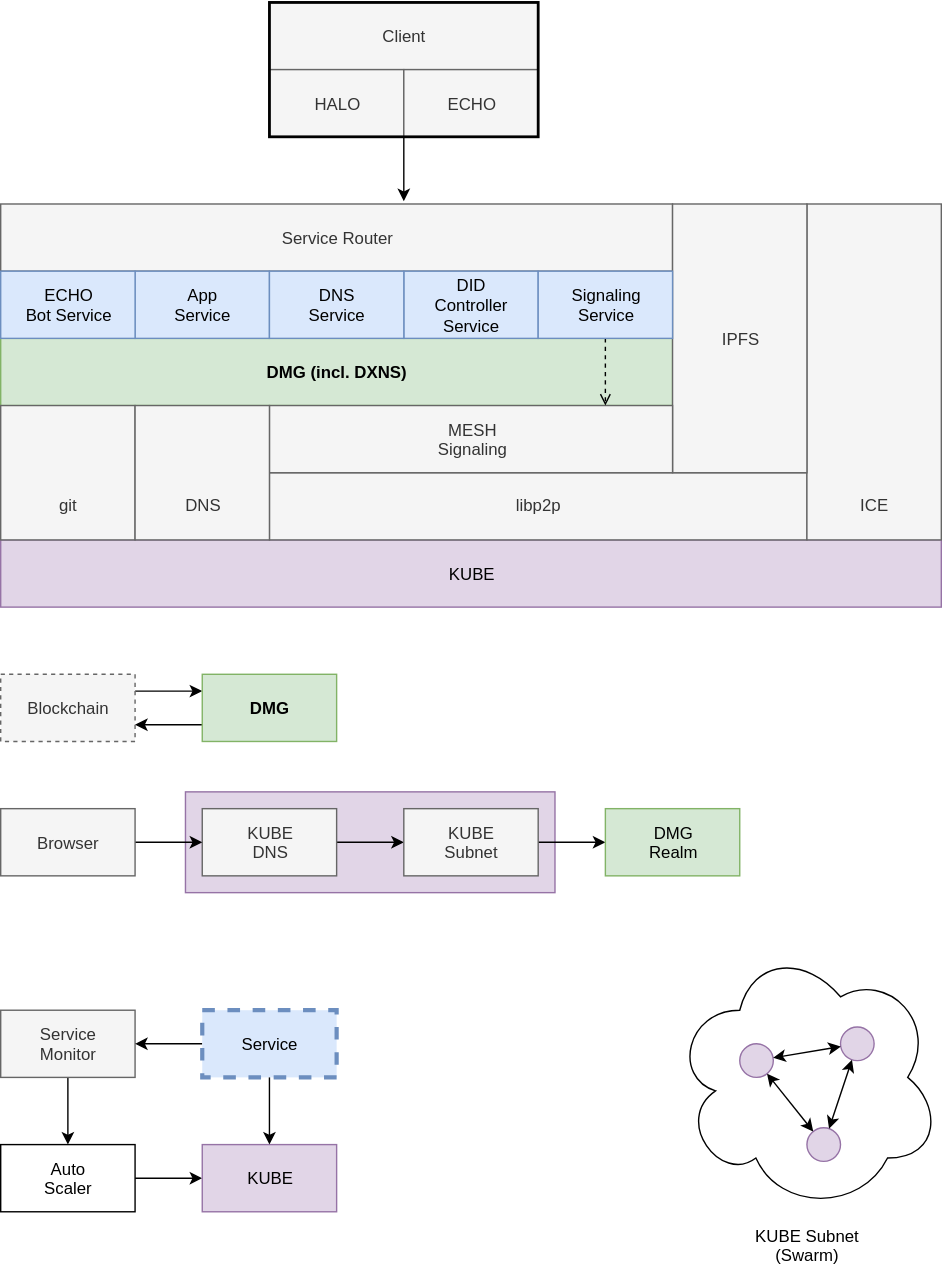
Earlier version of the draw.io export docs/design/diagrams/meta-graph.drawio.svg (dxos/dxos). Source tidied: cells renumbered, new cells last; positions are measured from the earlier drawing's top-left corner, leaving out a move shared by most shapes.
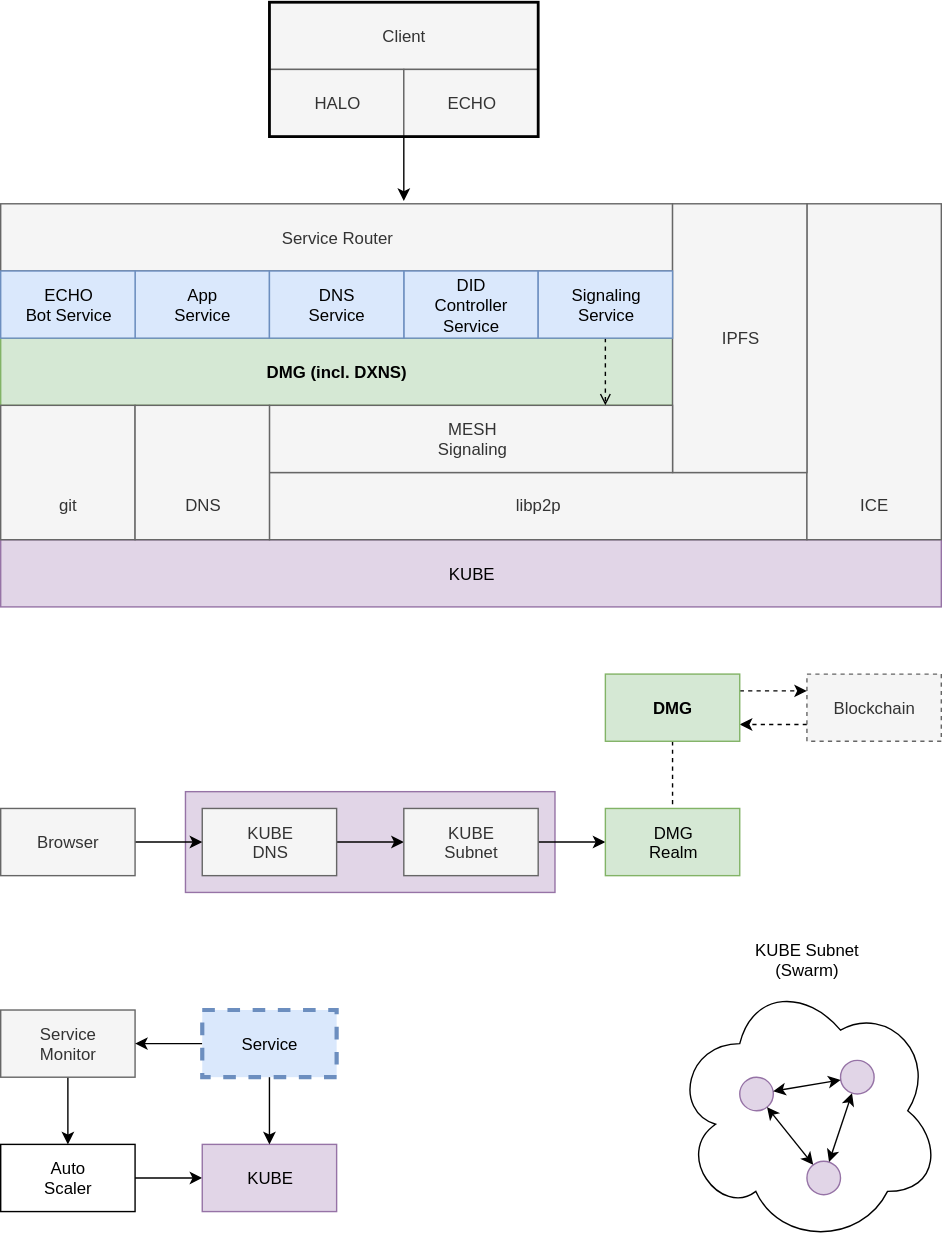
Later version of the same file.

The edit, as a diff of the source:
```diff
@@ -26,11 +26,11 @@
     <mxCell id="9" value="ECHO" style="rounded=0;whiteSpace=wrap;html=1;fillColor=#f5f5f5;strokeColor=#666666;fontColor=#333333;" parent="1" vertex="1">
       <mxGeometry x="288" y="48" width="96" height="48" as="geometry" />
     </mxCell>
-    <mxCell id="10" style="edgeStyle=orthogonalEdgeStyle;rounded=0;jettySize=auto;html=1;exitX=1;exitY=0.25;exitDx=0;exitDy=0;entryX=0;entryY=0.25;entryDx=0;entryDy=0;" parent="1" edge="1" source="11" target="28">
+    <mxCell id="10" style="edgeStyle=orthogonalEdgeStyle;rounded=0;jettySize=auto;html=1;exitX=0;exitY=0.75;exitDx=0;exitDy=0;entryX=1;entryY=0.75;entryDx=0;entryDy=0;dashed=1;startArrow=none;startFill=0;endArrow=classic;endFill=1;" parent="1" edge="1" source="11" target="28">
       <mxGeometry relative="1" as="geometry" />
     </mxCell>
     <mxCell id="11" value="Blockchain" style="rounded=0;whiteSpace=wrap;html=1;fillColor=#f5f5f5;strokeColor=#666666;fontColor=#333333;dashed=1;" parent="1" vertex="1">
-      <mxGeometry y="480" width="96" height="48" as="geometry" />
+      <mxGeometry x="576" y="480" width="96" height="48" as="geometry" />
     </mxCell>
     <mxCell id="12" value="Service Router" style="rounded=0;whiteSpace=wrap;html=1;fillColor=#f5f5f5;strokeColor=#666666;fontColor=#333333;" parent="1" vertex="1">
       <mxGeometry y="144" width="480" height="48" as="geometry" />
@@ -79,14 +79,17 @@
     <mxCell id="26" value="Service" style="rounded=0;whiteSpace=wrap;html=1;fillColor=#dae8fc;strokeColor=#6c8ebf;strokeWidth=3;dashed=1;" parent="1" vertex="1">
       <mxGeometry x="144" y="720" width="96" height="48" as="geometry" />
     </mxCell>
+    <mxCell id="51" style="edgeStyle=orthogonalEdgeStyle;rounded=0;jettySize=auto;html=1;exitX=0.5;exitY=1;exitDx=0;exitDy=0;entryX=0.5;entryY=0;entryDx=0;entryDy=0;dashed=1;startArrow=none;startFill=0;endArrow=ERmany;endFill=0;" parent="1" edge="1" source="28" target="36">
+      <mxGeometry relative="1" as="geometry" />
+    </mxCell>
-    <mxCell id="27" style="edgeStyle=orthogonalEdgeStyle;rounded=0;jettySize=auto;html=1;exitX=0;exitY=0.75;exitDx=0;exitDy=0;entryX=1;entryY=0.75;entryDx=0;entryDy=0;" parent="1" edge="1" source="28" target="11">
+    <mxCell id="27" style="edgeStyle=orthogonalEdgeStyle;rounded=0;jettySize=auto;html=1;exitX=1;exitY=0.25;exitDx=0;exitDy=0;entryX=0;entryY=0.25;entryDx=0;entryDy=0;dashed=1;startArrow=none;startFill=0;endArrow=classic;endFill=1;" parent="1" edge="1" source="28" target="11">
       <mxGeometry relative="1" as="geometry" />
     </mxCell>
     <mxCell id="28" value="DMG" style="rounded=0;whiteSpace=wrap;html=1;fontStyle=1;fillColor=#d5e8d4;strokeColor=#82b366;" parent="1" vertex="1">
-      <mxGeometry x="144" y="480" width="96" height="48" as="geometry" />
+      <mxGeometry x="432" y="480" width="96" height="48" as="geometry" />
     </mxCell>
     <mxCell id="29" value="KUBE Subnet&lt;br&gt;(Swarm)" style="rounded=0;whiteSpace=wrap;html=1;dashed=1;strokeColor=none;fillColor=none;" parent="1" vertex="1">
-      <mxGeometry x="504" y="864" width="144" height="48" as="geometry" />
+      <mxGeometry x="504" y="660" width="144" height="48" as="geometry" />
     </mxCell>
     <mxCell id="30" style="edgeStyle=orthogonalEdgeStyle;rounded=0;jettySize=auto;html=1;exitX=1;exitY=0.5;exitDx=0;exitDy=0;entryX=0;entryY=0.5;entryDx=0;entryDy=0;startArrow=none;startFill=0;" parent="1" edge="1" source="31" target="35">
       <mxGeometry relative="1" as="geometry" />
@@ -119,10 +122,10 @@
       <mxGeometry x="96" y="288" width="96" height="96" as="geometry" />
     </mxCell>
     <mxCell id="40" style="ellipse;shape=cloud;whiteSpace=wrap;html=1;strokeWidth=1;fillColor=none;" parent="1" vertex="1">
-      <mxGeometry x="480" y="672" width="192" height="192" as="geometry" />
+      <mxGeometry x="480" y="696" width="192" height="192" as="geometry" />
     </mxCell>
     <mxCell id="41" style="group;" parent="1" vertex="1">
-      <mxGeometry x="528" y="732" width="96" height="96" as="geometry" />
+      <mxGeometry x="528" y="756" width="96" height="96" as="geometry" />
     </mxCell>
     <mxCell id="42" style="ellipse;whiteSpace=wrap;html=1;strokeWidth=1;fillColor=#e1d5e7;strokeColor=#9673a6;" parent="41" vertex="1">
       <mxGeometry y="12" width="24" height="24" as="geometry" />
```
